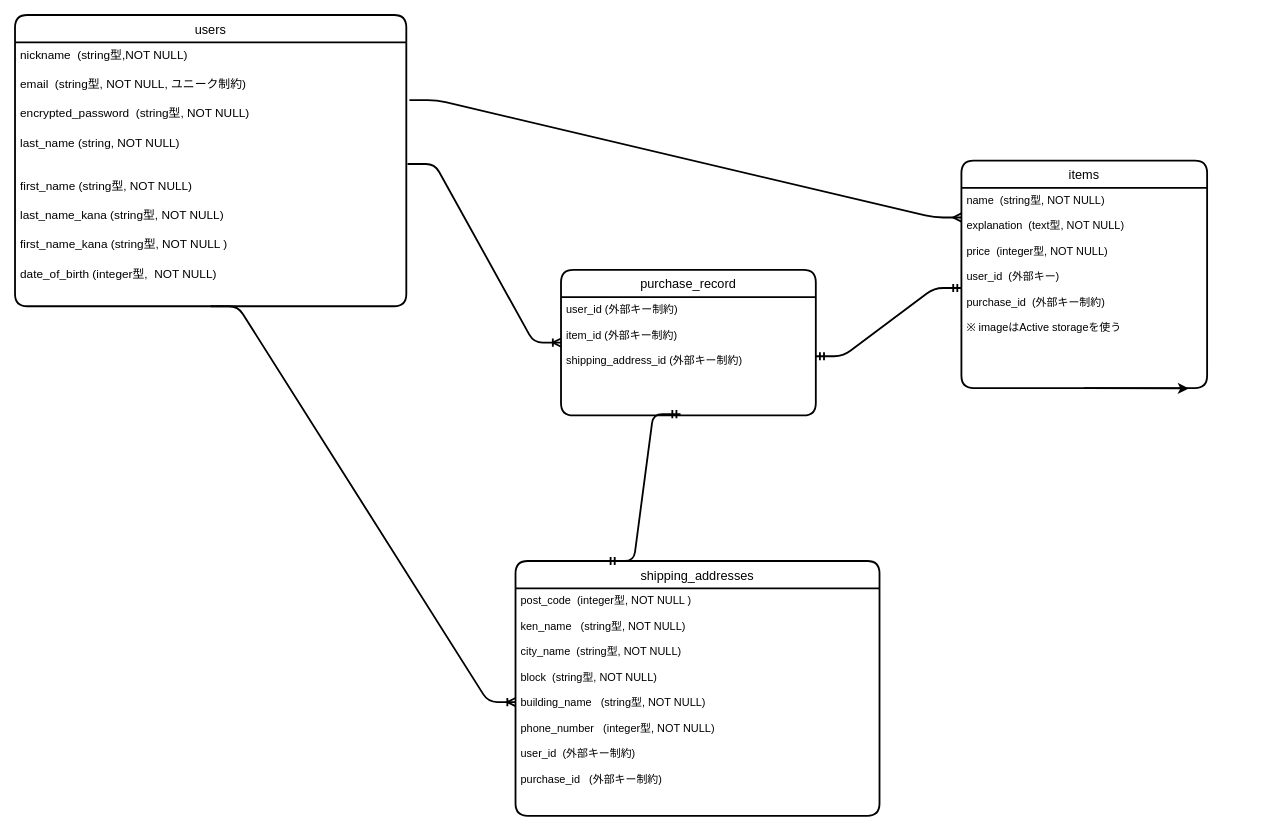
Earlier version of the draw.io diagram furima.dio (SAZAMUGAN/furima-37792). Source tidied: cells renumbered, new cells numbered last; positions are measured from the earlier drawing's top-left corner, leaving out a move shared by most shapes. Both pictures are drawn from the tidied source at 91%, with x=0, y=0 at pixel (15, 15).
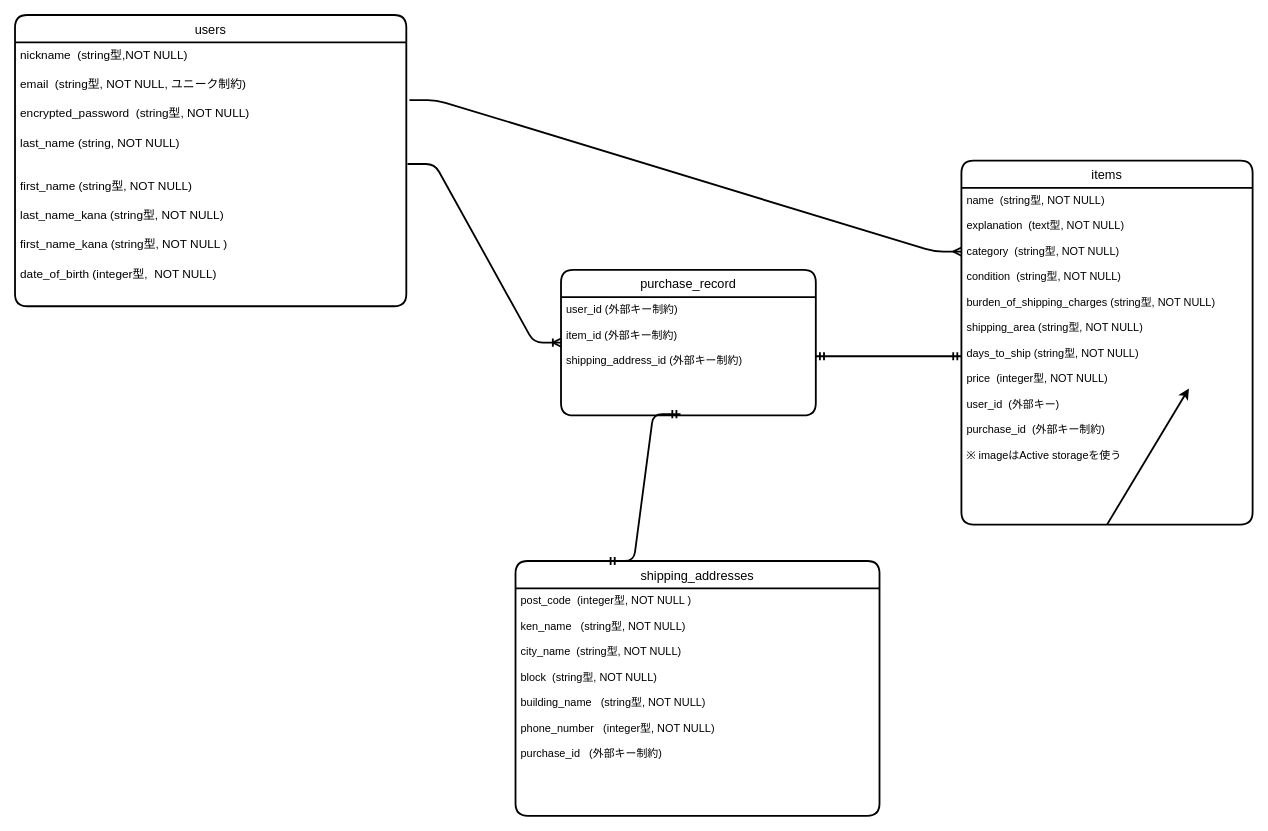
The same page after the edit.

Change to the diagram source:
```diff
@@
 <mxGraphModel>
   <root>
     <mxCell id="0" />
     <mxCell id="1" parent="0" />
     <mxCell id="2" value="users" style="swimlane;horizontal=1;startSize=30;rounded=1;fontSize=14;fontStyle=0;strokeWidth=2;shadow=0;dashed=0;align=center;" parent="1" vertex="1">
       <mxGeometry width="430" height="320" as="geometry" />
     </mxCell>
     <mxCell id="3" value="nickname  (string型,NOT NULL)&#10;&#10;email  (string型, NOT NULL, ユニーク制約)&#10;&#10;encrypted_password  (string型, NOT NULL)&#10;&#10;last_name (string, NOT NULL)&#10;&#10;&#10;first_name (string型, NOT NULL)&#10;&#10;last_name_kana (string型, NOT NULL)&#10;&#10;first_name_kana (string型, NOT NULL )&#10;&#10;date_of_birth (integer型,  NOT NULL)&#10;" style="align=left;strokeColor=none;fillColor=none;spacingLeft=4;fontSize=13;verticalAlign=top;strokeWidth=0;" parent="2" vertex="1">
       <mxGeometry y="30" width="430" height="290" as="geometry" />
     </mxCell>
     <mxCell id="4" value="items" style="swimlane;horizontal=1;startSize=30;rounded=1;fontSize=14;fontStyle=0;strokeWidth=2;shadow=0;dashed=0;align=center;" parent="1" vertex="1">
-      <mxGeometry x="1040" y="160" width="270" height="250" as="geometry" />
+      <mxGeometry x="1040" y="160" width="320" height="400" as="geometry" />
     </mxCell>
-    <mxCell id="5" value="name  (string型, NOT NULL)&#10;&#10;explanation  (text型, NOT NULL)&#10;&#10;price  (integer型, NOT NULL)&#10;&#10;user_id  (外部キー)&#10;&#10;purchase_id  (外部キー制約)&#10;&#10;※ imageはActive storageを使う" style="align=left;strokeColor=none;fillColor=none;spacingLeft=4;fontSize=12;verticalAlign=top;" parent="4" vertex="1">
-      <mxGeometry y="30" width="270" height="220" as="geometry" />
+    <mxCell id="5" value="name  (string型, NOT NULL)&#10;&#10;explanation  (text型, NOT NULL)&#10;&#10;category  (string型, NOT NULL)&#10;&#10;condition  (string型, NOT NULL)&#10;&#10;burden_of_shipping_charges (string型, NOT NULL)&#10;&#10;shipping_area (string型, NOT NULL)&#10;&#10;days_to_ship (string型, NOT NULL)&#10;&#10;price  (integer型, NOT NULL)&#10;&#10;user_id  (外部キー)&#10;&#10;purchase_id  (外部キー制約)&#10;&#10;※ imageはActive storageを使う" style="align=left;strokeColor=none;fillColor=none;spacingLeft=4;fontSize=12;verticalAlign=top;" parent="4" vertex="1">
+      <mxGeometry y="30" width="320" height="370" as="geometry" />
     </mxCell>
     <mxCell id="6" value="shipping_addresses" style="swimlane;horizontal=1;startSize=30;rounded=1;fontSize=14;fontStyle=0;strokeWidth=2;shadow=0;dashed=0;align=center;" parent="1" vertex="1">
       <mxGeometry x="550" y="600" width="400" height="280" as="geometry" />
     </mxCell>
-    <mxCell id="7" value="post_code  (integer型, NOT NULL )&#10;&#10;ken_name   (string型, NOT NULL)&#10;&#10;city_name  (string型, NOT NULL)&#10;&#10;block  (string型, NOT NULL)&#10;&#10;building_name   (string型, NOT NULL)&#10;&#10;phone_number   (integer型, NOT NULL)&#10;&#10;user_id  (外部キー制約)&#10;&#10;purchase_id   (外部キー制約)" style="align=left;strokeColor=none;fillColor=none;spacingLeft=4;fontSize=12;verticalAlign=top;" parent="6" vertex="1">
+    <mxCell id="7" value="post_code  (integer型, NOT NULL )&#10;&#10;ken_name   (string型, NOT NULL)&#10;&#10;city_name  (string型, NOT NULL)&#10;&#10;block  (string型, NOT NULL)&#10;&#10;building_name   (string型, NOT NULL)&#10;&#10;phone_number   (integer型, NOT NULL)&#10;&#10;purchase_id   (外部キー制約)" style="align=left;strokeColor=none;fillColor=none;spacingLeft=4;fontSize=12;verticalAlign=top;" parent="6" vertex="1">
       <mxGeometry y="30" width="400" height="250" as="geometry" />
     </mxCell>
     <mxCell id="8" value="purchase_record" style="swimlane;horizontal=1;startSize=30;rounded=1;fontSize=14;fontStyle=0;strokeWidth=2;shadow=0;dashed=0;align=center;" parent="1" vertex="1">
       <mxGeometry x="600" y="280" width="280" height="160" as="geometry" />
     </mxCell>
     <mxCell id="9" value="user_id (外部キー制約)&#10;&#10;item_id (外部キー制約)&#10;&#10;shipping_address_id (外部キー制約)" style="align=left;strokeColor=none;fillColor=none;spacingLeft=4;fontSize=12;verticalAlign=top;" parent="8" vertex="1">
       <mxGeometry y="30" width="280" height="130" as="geometry" />
     </mxCell>
     <mxCell id="10" style="edgeStyle=entityRelationEdgeStyle;fontSize=12;html=1;endArrow=ERoneToMany;exitX=1.003;exitY=0.461;exitDx=0;exitDy=0;exitPerimeter=0;entryX=0;entryY=0.5;entryDx=0;entryDy=0;strokeWidth=2;" parent="1" edge="1" source="3" target="8">
       <mxGeometry relative="1" as="geometry" />
     </mxCell>
     <mxCell id="11" style="edgeStyle=entityRelationEdgeStyle;fontSize=12;html=1;endArrow=ERmandOne;startArrow=ERmandOne;strokeWidth=2;entryX=0;entryY=0.5;entryDx=0;entryDy=0;" parent="1" edge="1" source="9" target="5">
       <mxGeometry relative="1" as="geometry" />
     </mxCell>
-    <mxCell id="12" style="edgeStyle=entityRelationEdgeStyle;fontSize=12;html=1;endArrow=ERoneToMany;strokeWidth=2;entryX=0;entryY=0.5;entryDx=0;entryDy=0;exitX=0.5;exitY=1;exitDx=0;exitDy=0;" parent="1" edge="1" source="3" target="7">
-      <mxGeometry relative="1" as="geometry" />
-    </mxCell>
     <mxCell id="13" style="edgeStyle=none;html=1;exitX=0.5;exitY=1;exitDx=0;exitDy=0;strokeWidth=2;" parent="1" edge="1" source="5">
       <mxGeometry relative="1" as="geometry">
         <mxPoint x="1290" y="410.3" as="targetPoint" />
       </mxGeometry>
     </mxCell>
     <mxCell id="14" style="edgeStyle=entityRelationEdgeStyle;fontSize=12;html=1;endArrow=ERmany;strokeWidth=2;exitX=1.008;exitY=0.219;exitDx=0;exitDy=0;exitPerimeter=0;entryX=0;entryY=0.25;entryDx=0;entryDy=0;" parent="1" edge="1" source="3" target="4">
       <mxGeometry relative="1" as="geometry" />
     </mxCell>
     <mxCell id="15" style="edgeStyle=entityRelationEdgeStyle;fontSize=12;html=1;endArrow=ERmandOne;startArrow=ERmandOne;strokeWidth=2;entryX=0.469;entryY=0.989;entryDx=0;entryDy=0;entryPerimeter=0;exitX=0.25;exitY=0;exitDx=0;exitDy=0;" parent="1" edge="1" source="6" target="9">
       <mxGeometry relative="1" as="geometry" />
     </mxCell>
   </root>
 </mxGraphModel>
```
